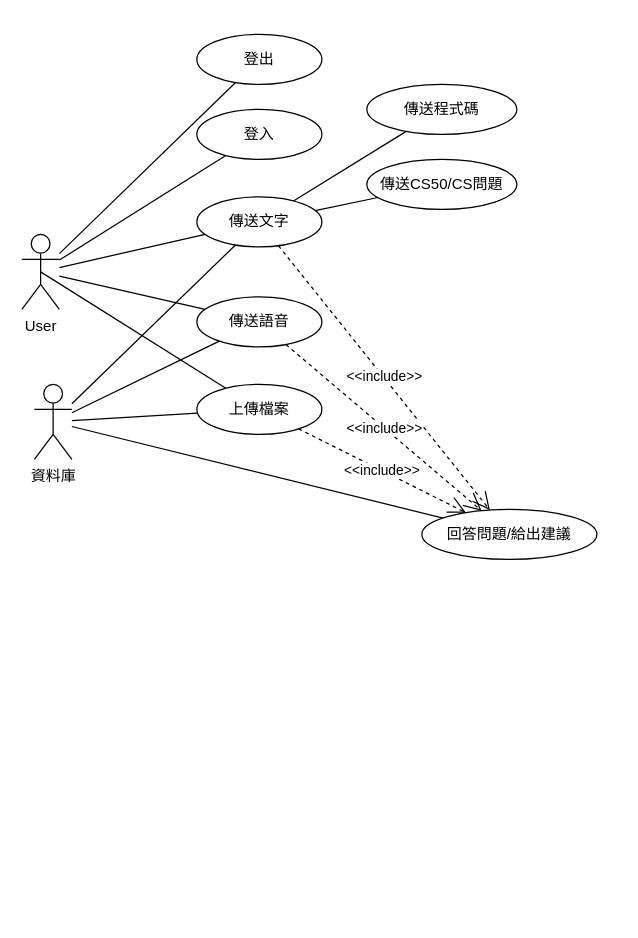
The draw.io diagram H2.drawio in Miinteaa/Miinteaa, before the edit. Source tidied: cells renumbered, new cells numbered last; positions are measured from the earlier drawing's top-left corner, leaving out a move shared by most shapes. Both pictures are drawn from the tidied source at 125%, with x=0, y=0 at pixel (21, 34).
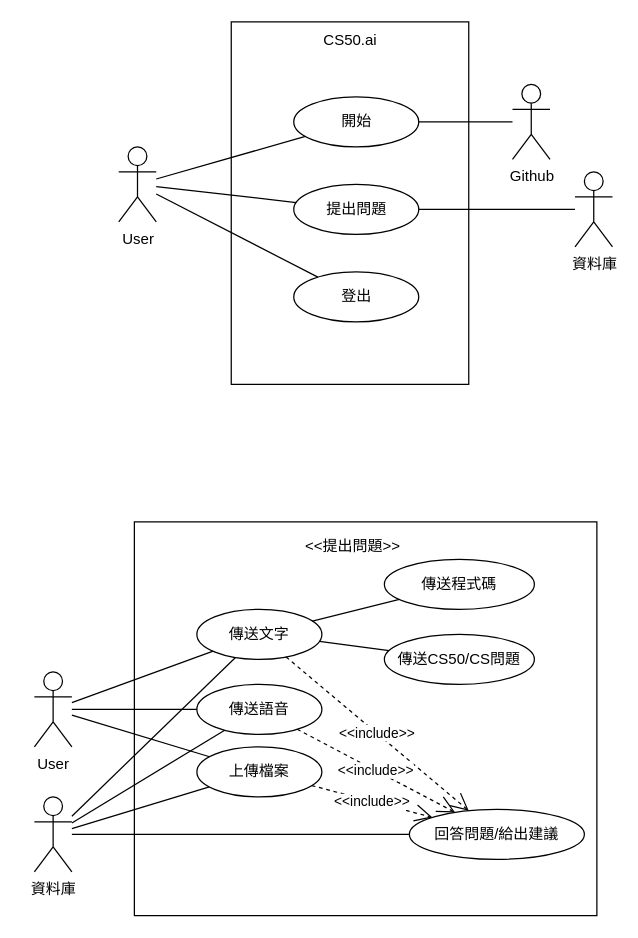
After the change.

The edit, as a diff of the source:
```diff
@@
+    <mxCell id="26" style="rounded=0;whiteSpace=wrap;html=1;" parent="1" vertex="1">
+      <mxGeometry x="90" y="390" width="370" height="315" as="geometry" />
+    </mxCell>
+    <mxCell id="27" style="rounded=0;whiteSpace=wrap;html=1;" parent="1" vertex="1">
+      <mxGeometry x="167.5" y="-10" width="190" height="290" as="geometry" />
+    </mxCell>
     <mxCell id="2" value="User" style="shape=umlActor;verticalLabelPosition=bottom;verticalAlign=top;html=1;outlineConnect=0;" parent="1" vertex="1">
-      <mxGeometry y="160" width="30" height="60" as="geometry" />
+      <mxGeometry x="77.5" y="90" width="30" height="60" as="geometry" />
     </mxCell>
     <mxCell id="3" value="傳送語音" style="ellipse;whiteSpace=wrap;html=1;" parent="1" vertex="1">
-      <mxGeometry x="140" y="210" width="100" height="40" as="geometry" />
+      <mxGeometry x="140" y="520" width="100" height="40" as="geometry" />
     </mxCell>
-    <mxCell id="4" value="上傳檔案" style="ellipse;whiteSpace=wrap;html=1;" parent="1" vertex="1">
-      <mxGeometry x="140" y="280" width="100" height="40" as="geometry" />
-    </mxCell>
     <mxCell id="5" value="傳送文字" style="ellipse;whiteSpace=wrap;html=1;" parent="1" vertex="1">
-      <mxGeometry x="140" y="130" width="100" height="40" as="geometry" />
+      <mxGeometry x="140" y="460" width="100" height="40" as="geometry" />
     </mxCell>
     <mxCell id="6" value="傳送程式碼" style="ellipse;whiteSpace=wrap;html=1;" parent="1" vertex="1">
-      <mxGeometry x="276" y="40" width="120" height="40" as="geometry" />
+      <mxGeometry x="290" y="420" width="120" height="40" as="geometry" />
     </mxCell>
     <mxCell id="7" value="傳送CS50/CS問題" style="ellipse;whiteSpace=wrap;html=1;" parent="1" vertex="1">
-      <mxGeometry x="276" y="100" width="120" height="40" as="geometry" />
+      <mxGeometry x="290" y="480" width="120" height="40" as="geometry" />
     </mxCell>
-    <mxCell id="8" value="登入" style="ellipse;whiteSpace=wrap;html=1;" parent="1" vertex="1">
-      <mxGeometry x="140" y="60" width="100" height="40" as="geometry" />
+    <mxCell id="8" value="開始" style="ellipse;whiteSpace=wrap;html=1;" parent="1" vertex="1">
+      <mxGeometry x="217.5" y="50" width="100" height="40" as="geometry" />
     </mxCell>
     <mxCell id="9" value="登出" style="ellipse;whiteSpace=wrap;html=1;" parent="1" vertex="1">
-      <mxGeometry x="140" width="100" height="40" as="geometry" />
+      <mxGeometry x="217.5" y="190" width="100" height="40" as="geometry" />
     </mxCell>
-    <mxCell id="10" style="endArrow=none;html=1;rounded=0;" parent="1" edge="1" source="2" target="5">
+    <mxCell id="10" style="endArrow=none;html=1;rounded=0;" parent="1" edge="1" source="30" target="5">
       <mxGeometry relative="1" as="geometry" />
     </mxCell>
-    <mxCell id="11" style="endArrow=none;html=1;rounded=0;" parent="1" edge="1" source="2" target="3">
+    <mxCell id="11" style="endArrow=none;html=1;rounded=0;" parent="1" edge="1" source="30" target="3">
       <mxGeometry relative="1" as="geometry" />
     </mxCell>
-    <mxCell id="12" style="endArrow=none;html=1;rounded=0;exitX=0.5;exitY=0.5;exitDx=0;exitDy=0;exitPerimeter=0;" parent="1" edge="1" source="2" target="4">
+    <mxCell id="12" style="endArrow=none;html=1;rounded=0;" parent="1" edge="1" source="30" target="4">
       <mxGeometry relative="1" as="geometry" />
     </mxCell>
@@
     <mxCell id="17" value="資料庫" style="shape=umlActor;verticalLabelPosition=bottom;verticalAlign=top;html=1;" parent="1" vertex="1">
-      <mxGeometry x="10" y="280" width="30" height="60" as="geometry" />
+      <mxGeometry x="10" y="610" width="30" height="60" as="geometry" />
     </mxCell>
     <mxCell id="18" value="回答問題/給出建議" style="ellipse;whiteSpace=wrap;html=1;" parent="1" vertex="1">
-      <mxGeometry x="320" y="380" width="140" height="40" as="geometry" />
+      <mxGeometry x="310" y="620" width="140" height="40" as="geometry" />
     </mxCell>
@@
-    <mxCell id="22" style="endArrow=none;html=1;rounded=0;" parent="1" edge="1" source="18" target="17">
+    <mxCell id="22" style="endArrow=none;html=1;rounded=0;" parent="1" edge="1" source="4" target="17">
       <mxGeometry relative="1" as="geometry" />
     </mxCell>
-    <mxCell id="23" style="endArrow=none;html=1;rounded=0;" parent="1" edge="1" source="5" target="17">
-      <mxGeometry relative="1" as="geometry" />
-    </mxCell>
@@
-    <mxCell id="25" style="endArrow=none;html=1;rounded=0;" parent="1" edge="1" source="4" target="17">
+    <mxCell id="25" style="endArrow=none;html=1;rounded=0;" parent="1" edge="1" source="17" target="18">
       <mxGeometry relative="1" as="geometry" />
     </mxCell>
+    <mxCell id="28" value="Github" style="shape=umlActor;verticalLabelPosition=bottom;verticalAlign=top;html=1;" parent="1" vertex="1">
+      <mxGeometry x="392.5" y="40" width="30" height="60" as="geometry" />
+    </mxCell>
+    <mxCell id="29" style="endArrow=none;html=1;rounded=0;" parent="1" edge="1" source="28" target="8">
+      <mxGeometry relative="1" as="geometry" />
+    </mxCell>
+    <mxCell id="30" value="User" style="shape=umlActor;verticalLabelPosition=bottom;verticalAlign=top;html=1;outlineConnect=0;" parent="1" vertex="1">
+      <mxGeometry x="10" y="510" width="30" height="60" as="geometry" />
+    </mxCell>
+    <mxCell id="4" value="上傳檔案" style="ellipse;whiteSpace=wrap;html=1;" parent="1" vertex="1">
+      <mxGeometry x="140" y="570" width="100" height="40" as="geometry" />
+    </mxCell>
+    <mxCell id="23" style="endArrow=none;html=1;rounded=0;" parent="1" edge="1" source="5" target="17">
+      <mxGeometry relative="1" as="geometry" />
+    </mxCell>
+    <mxCell id="31" value="提出問題" style="ellipse;whiteSpace=wrap;html=1;" parent="1" vertex="1">
+      <mxGeometry x="217.5" y="120" width="100" height="40" as="geometry" />
+    </mxCell>
+    <mxCell id="32" style="endArrow=none;html=1;rounded=0;" parent="1" edge="1" source="2" target="31">
+      <mxGeometry relative="1" as="geometry" />
+    </mxCell>
+    <mxCell id="33" value="資料庫" style="shape=umlActor;verticalLabelPosition=bottom;verticalAlign=top;html=1;" parent="1" vertex="1">
+      <mxGeometry x="442.5" y="110" width="30" height="60" as="geometry" />
+    </mxCell>
+    <mxCell id="34" style="endArrow=none;html=1;rounded=0;" parent="1" edge="1" source="33" target="31">
+      <mxGeometry relative="1" as="geometry" />
+    </mxCell>
+    <mxCell id="35" value="CS50.ai" style="text;html=1;strokeColor=none;fillColor=none;align=center;verticalAlign=middle;whiteSpace=wrap;rounded=0;" parent="1" vertex="1">
+      <mxGeometry x="232.5" y="-10" width="60" height="30" as="geometry" />
+    </mxCell>
+    <mxCell id="36" value="&amp;lt;&amp;lt;提出問題&amp;gt;&amp;gt;" style="text;html=1;strokeColor=none;fillColor=none;align=center;verticalAlign=middle;whiteSpace=wrap;rounded=0;" parent="1" vertex="1">
+      <mxGeometry x="215" y="395" width="100" height="30" as="geometry" />
+    </mxCell>
```
